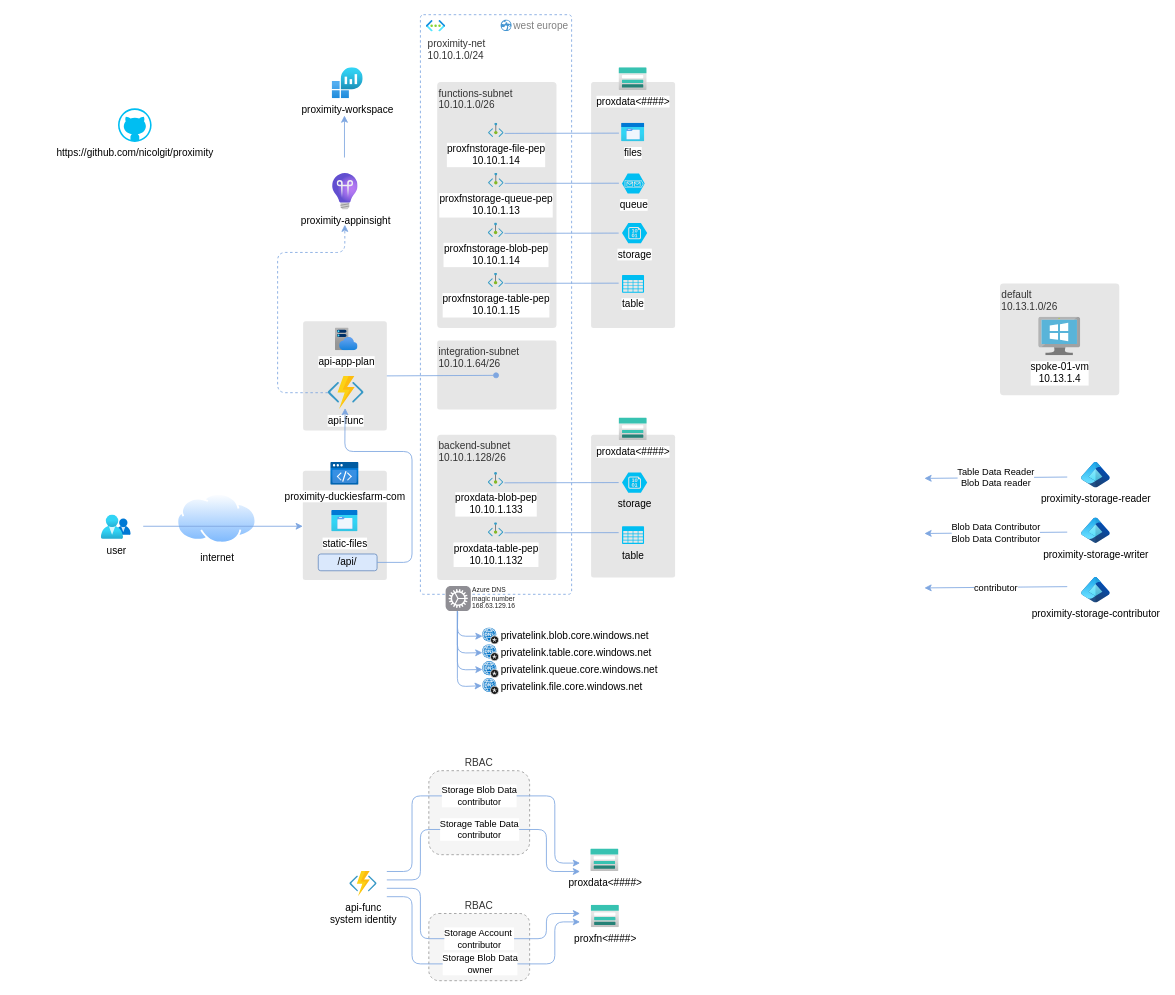
nicolgit/proximity keeps this draw.io diagram as deployment/architecture.drawio. Above is the earlier version. Source tidied: cells renumbered, new cells numbered last; positions are measured from the earlier drawing's top-left corner, leaving out a move shared by most shapes. Both pictures are drawn from the tidied source at 84%, with x=0, y=0 at pixel (101, 14).
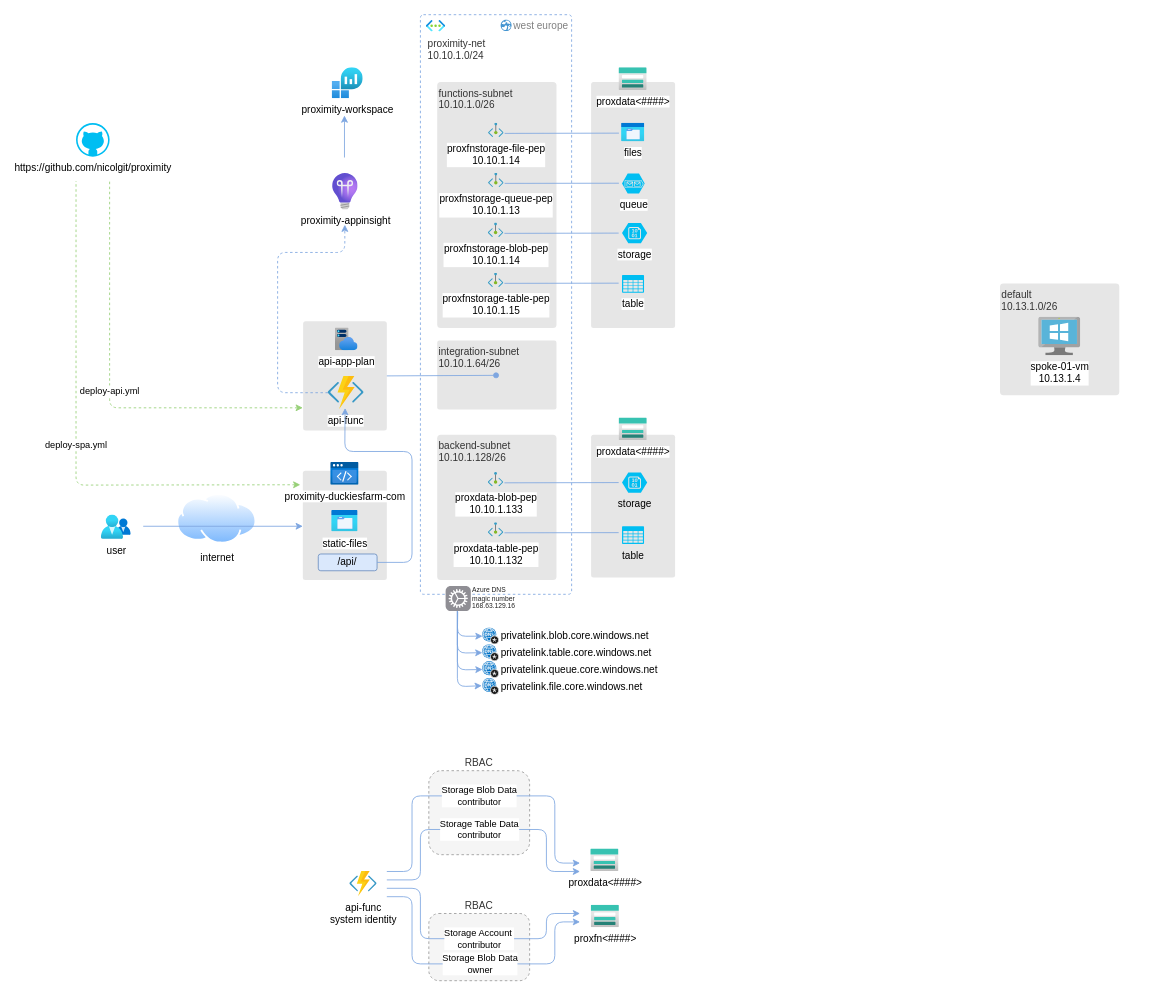
Above is the later version.

The edit, as a diff of the source:
```diff
@@
     <mxCell id="32" value="&lt;div&gt;&lt;span style=&quot;background-color: transparent; color: light-dark(rgb(0, 0, 0), rgb(255, 255, 255));&quot;&gt;https://github.com/nicolgit/proximity&lt;/span&gt;&lt;/div&gt;" style="verticalLabelPosition=bottom;html=1;verticalAlign=top;align=center;strokeColor=none;fillColor=#00BEF2;shape=mxgraph.azure.github_code;labelPosition=center;" parent="1" vertex="1">
-      <mxGeometry x="20" y="111.4" width="40" height="40" as="geometry" />
+      <mxGeometry x="-30" y="129" width="40" height="40" as="geometry" />
     </mxCell>
@@
-    <mxCell id="56" value="proximity-storage-reader" style="image;html=1;align=center;fontSize=12;image=img/lib/azure2/other/Entra_Identity.svg;" parent="1" vertex="1">
-      <mxGeometry x="1167" y="533" width="34.2" height="30.4" as="geometry" />
-    </mxCell>
-    <mxCell id="57" value="proximity-storage-writer" style="image;html=1;align=center;fontSize=12;image=img/lib/azure2/other/Entra_Identity.svg;" parent="1" vertex="1">
-      <mxGeometry x="1167" y="599" width="34.2" height="30.4" as="geometry" />
-    </mxCell>
-    <mxCell id="58" value="proximity-storage-contributor&lt;div&gt;&lt;br&gt;&lt;/div&gt;" style="image;html=1;align=center;fontSize=12;image=img/lib/azure2/other/Entra_Identity.svg;" parent="1" vertex="1">
-      <mxGeometry x="1167" y="670" width="34.2" height="30.4" as="geometry" />
-    </mxCell>
-    <mxCell id="59" value="Table Data Reader&lt;div&gt;Blob Data reader&lt;/div&gt;" style="endArrow=none;html=1;rounded=1;curved=0;strokeColor=#7EA6E0;exitX=0.493;exitY=0.451;exitDx=0;exitDy=0;endFill=0;exitPerimeter=0;startArrow=classic;startFill=1;" parent="1" edge="1">
-      <mxGeometry relative="1" as="geometry">
-        <mxPoint x="980" y="552" as="sourcePoint" />
-        <mxPoint x="1150" y="550.4" as="targetPoint" />
-      </mxGeometry>
-    </mxCell>
-    <mxCell id="60" value="Blob Data Contributor&lt;div&gt;Blob Data Contributor&lt;/div&gt;" style="endArrow=none;html=1;rounded=1;curved=0;strokeColor=#7EA6E0;exitX=0.493;exitY=0.451;exitDx=0;exitDy=0;endFill=0;exitPerimeter=0;startArrow=classic;startFill=1;" parent="1" edge="1">
-      <mxGeometry relative="1" as="geometry">
-        <mxPoint x="980" y="617.6" as="sourcePoint" />
-        <mxPoint x="1150" y="616" as="targetPoint" />
-      </mxGeometry>
-    </mxCell>
-    <mxCell id="61" value="contributor" style="endArrow=none;html=1;rounded=1;curved=0;strokeColor=#7EA6E0;exitX=0.493;exitY=0.451;exitDx=0;exitDy=0;endFill=0;exitPerimeter=0;startArrow=classic;startFill=1;" parent="1" edge="1">
-      <mxGeometry relative="1" as="geometry">
-        <mxPoint x="980" y="682.4" as="sourcePoint" />
-        <mxPoint x="1150" y="680.9" as="targetPoint" />
-      </mxGeometry>
-    </mxCell>
@@
+    <mxCell id="74" value="deploy-api.yml" style="endArrow=none;html=1;rounded=1;curved=0;strokeColor=#97D077;endFill=0;startArrow=classic;startFill=1;dashed=1;" parent="1" edge="1">
+      <mxGeometry relative="1" as="geometry">
+        <mxPoint x="240" y="468" as="sourcePoint" />
+        <mxPoint x="10" y="198" as="targetPoint" />
+        <Array as="points">
+          <mxPoint x="10" y="468" />
+        </Array>
+      </mxGeometry>
+    </mxCell>
+    <mxCell id="75" value="deploy-spa.yml" style="endArrow=none;html=1;rounded=1;curved=0;strokeColor=#97D077;exitX=-0.03;exitY=0.143;exitDx=0;exitDy=0;endFill=0;exitPerimeter=0;startArrow=classic;startFill=1;dashed=1;" parent="1" edge="1">
+      <mxGeometry relative="1" as="geometry">
+        <mxPoint x="237" y="559.6" as="sourcePoint" />
+        <mxPoint x="-30" y="198" as="targetPoint" />
+        <Array as="points">
+          <mxPoint x="-30" y="560" />
+        </Array>
+      </mxGeometry>
+    </mxCell>
```
